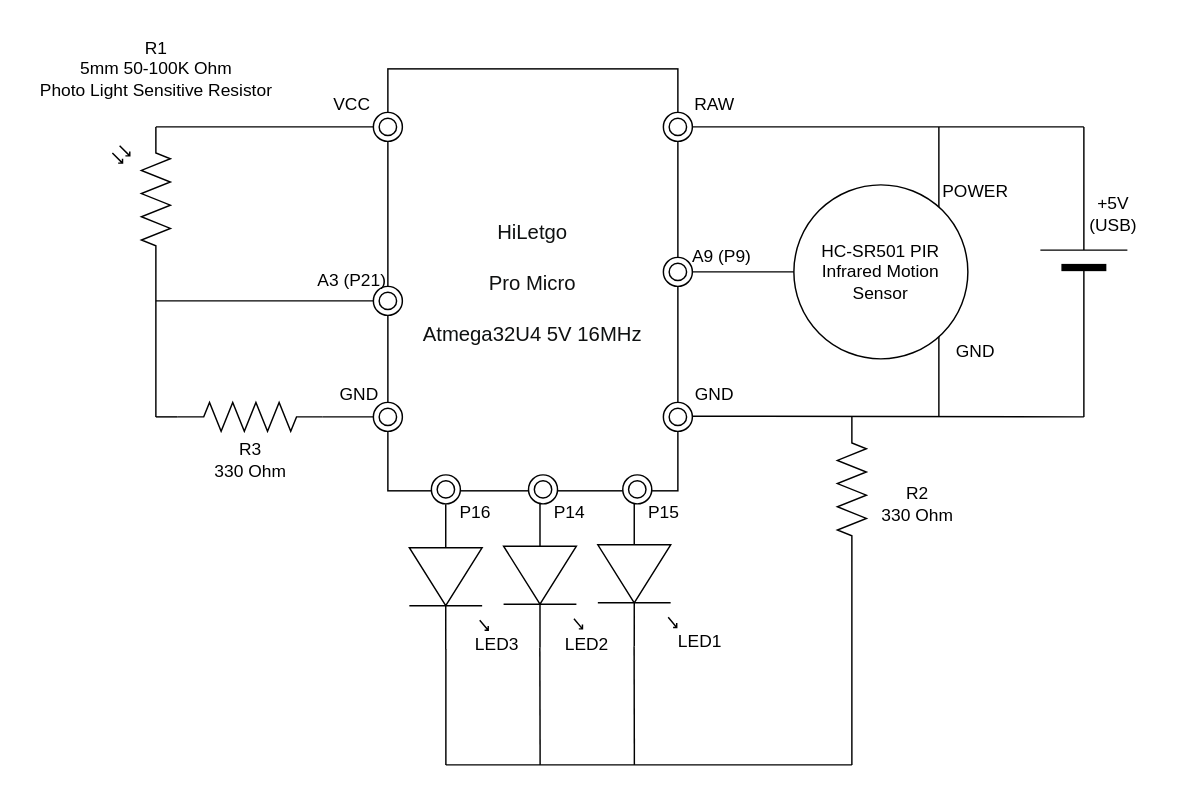
Above: docs/circuit-diagram.drawio in arabed/motion-night-light (draw.io), before the change. Source tidied: cells renumbered, new cells numbered last; positions are measured from the earlier drawing's top-left corner, leaving out a move shared by most shapes. Both pictures are drawn from the tidied source at 145%, with x=0, y=0 at pixel (25, 25).
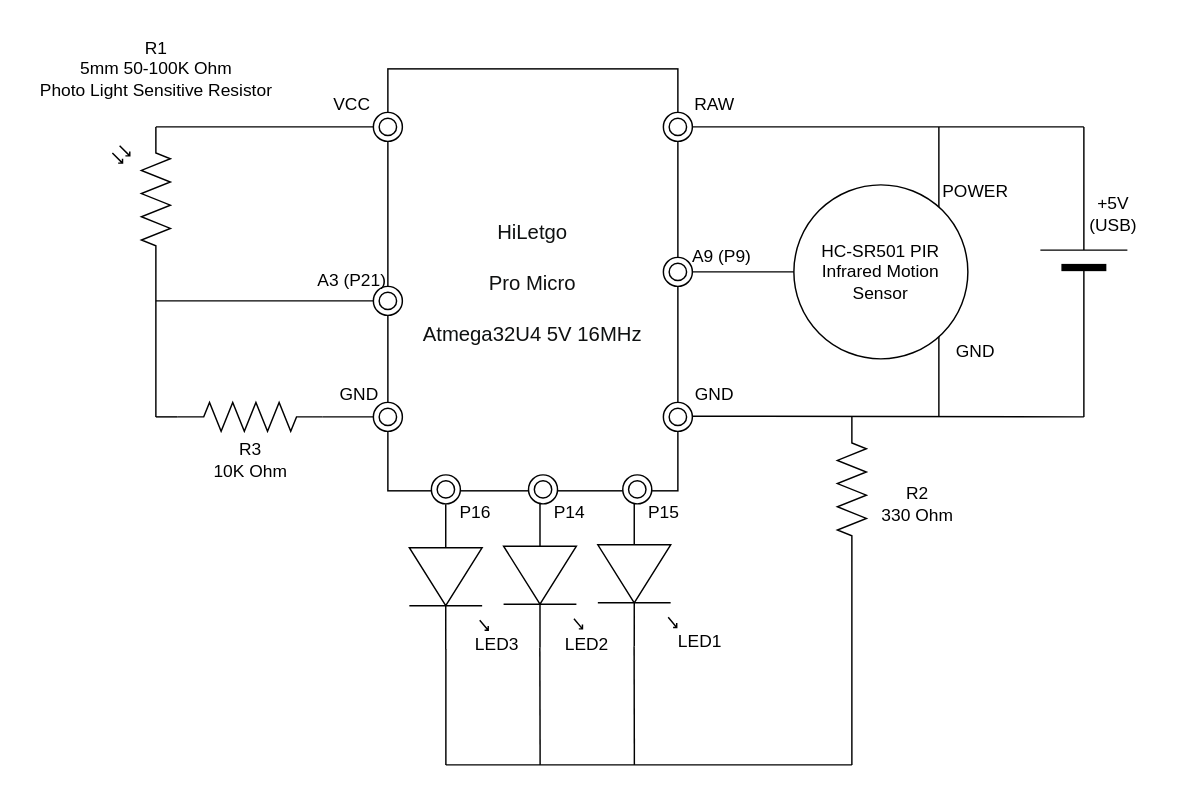
The same page after the edit.

Diff of the diagram source:
```diff
@@
-    <mxCell id="46" value="R3&lt;div&gt;330 Ohm&lt;/div&gt;" style="text;html=1;align=center;verticalAlign=middle;strokeColor=none;fillColor=none;" parent="1" vertex="1">
+    <mxCell id="46" value="R3&lt;div&gt;10K Ohm&lt;/div&gt;" style="text;html=1;align=center;verticalAlign=middle;strokeColor=none;fillColor=none;" parent="1" vertex="1">
       <mxGeometry x="120" y="280" width="70" height="40" as="geometry" />
     </mxCell>
```
